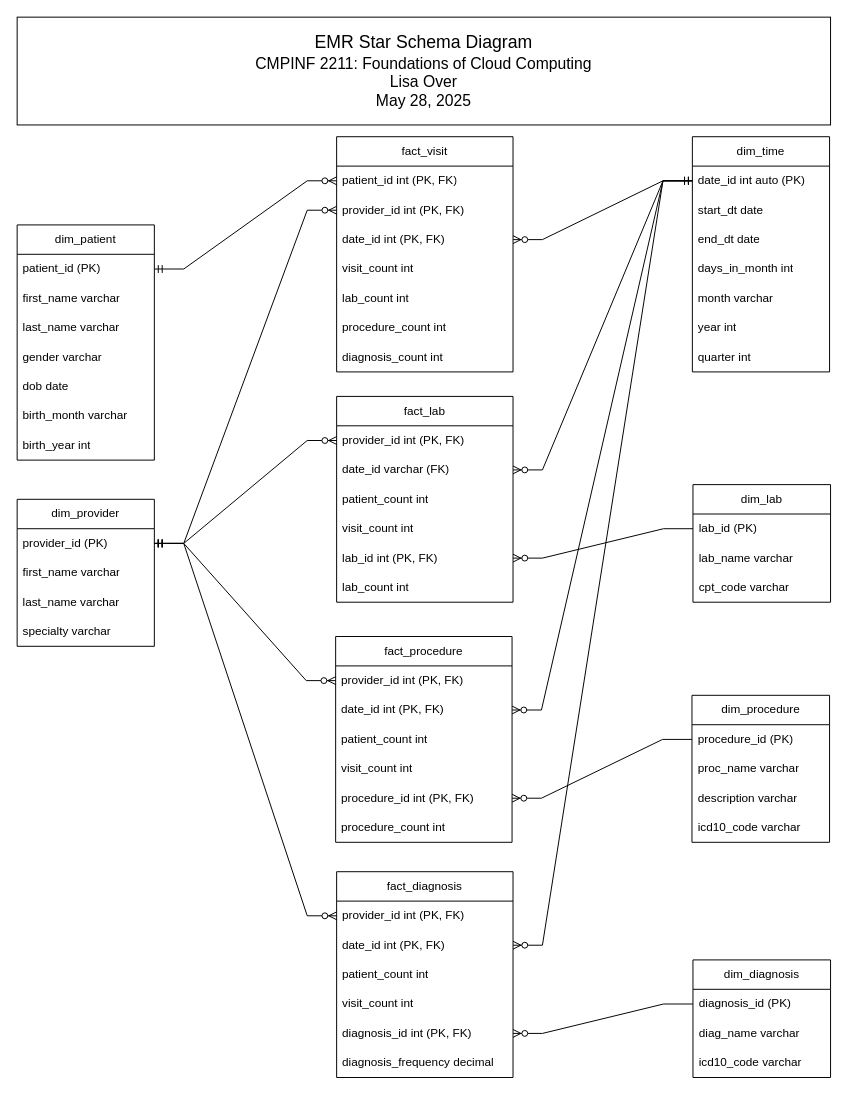
Before: EMR_Star_Schema/schema_diagram.drawio in sandbox-lisa/drawio, a draw.io diagram. Source tidied: cells renumbered, new cells numbered last; positions are measured from the earlier drawing's top-left corner, leaving out a move shared by most shapes. Both pictures are drawn from the tidied source at 98%, with x=0, y=0 at pixel (17, 17).
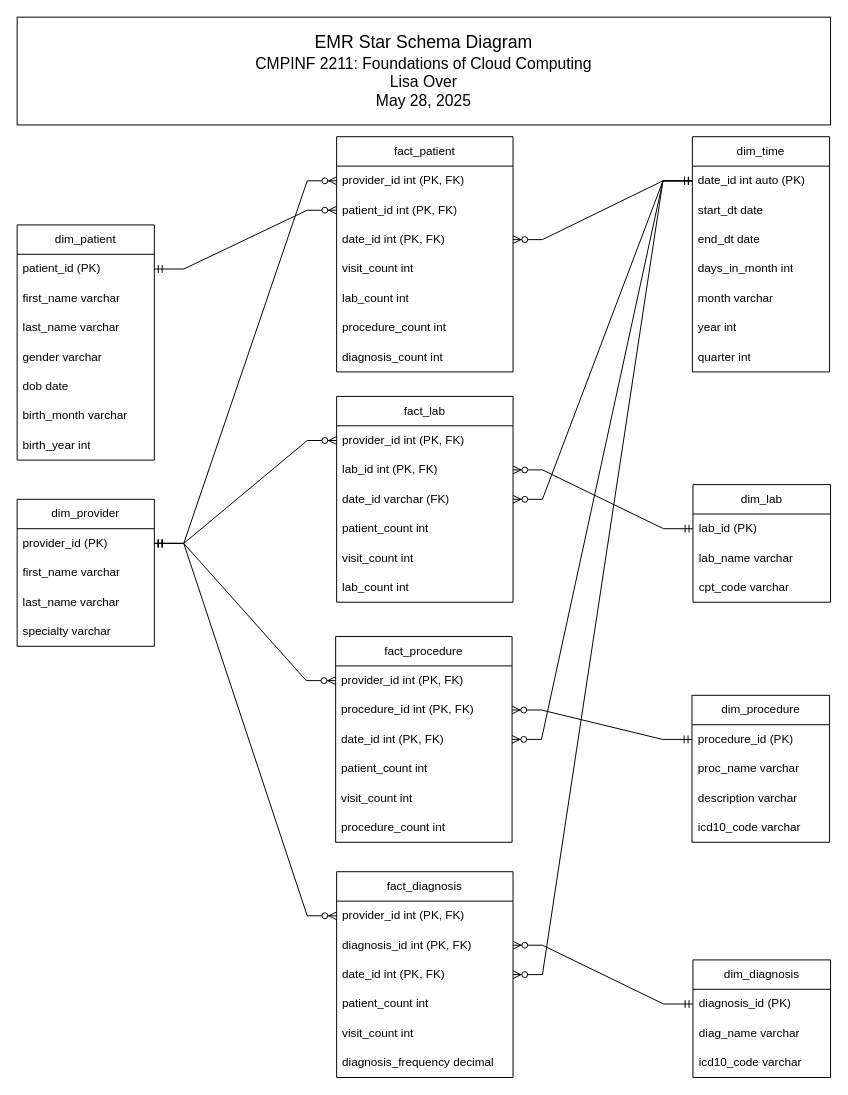
Above is the later version.

The change refers to these unchanged cells:
```xml
<mxCell id="32" value="diagnosis_id (PK)" style="text;strokeColor=none;fillColor=none;align=left;verticalAlign=middle;spacingLeft=4;spacingRight=4;overflow=hidden;points=[[0,0.5],[1,0.5]];portConstraint=eastwest;whiteSpace=wrap;html=1;" parent="31" vertex="1">
  <mxGeometry y="30" width="140.4" height="30" as="geometry" />
</mxCell>
<mxCell id="36" value="fact_lab" style="swimlane;fontStyle=0;horizontal=1;startSize=30;whiteSpace=wrap;html=1;" parent="1" vertex="1">
  <mxGeometry x="326" y="387" width="180" height="210" as="geometry" />
</mxCell>
<mxCell id="44" value="lab_id (PK)" style="text;strokeColor=none;fillColor=none;align=left;verticalAlign=middle;spacingLeft=4;spacingRight=4;overflow=hidden;points=[[0,0.5],[1,0.5]];portConstraint=eastwest;whiteSpace=wrap;html=1;" parent="43" vertex="1">
  <mxGeometry y="30" width="140.4" height="30" as="geometry" />
</mxCell>
<mxCell id="48" value="procedure_id (PK)" style="text;strokeColor=none;fillColor=none;align=left;verticalAlign=middle;spacingLeft=4;spacingRight=4;overflow=hidden;points=[[0,0.5],[1,0.5]];portConstraint=eastwest;whiteSpace=wrap;html=1;" parent="47" vertex="1">
  <mxGeometry y="30" width="140.4" height="30" as="geometry" />
</mxCell>
<mxCell id="55" value="fact_procedure" style="swimlane;fontStyle=0;horizontal=1;startSize=30;whiteSpace=wrap;html=1;" parent="1" vertex="1">
  <mxGeometry x="325" y="632" width="180" height="210" as="geometry" />
</mxCell>
<mxCell id="62" value="fact_diagnosis" style="swimlane;fontStyle=0;horizontal=1;startSize=30;whiteSpace=wrap;html=1;" parent="1" vertex="1">
  <mxGeometry x="326" y="872" width="180" height="210" as="geometry" />
</mxCell>
```

What changed in the source:
```diff
@@
-    <mxCell id="2" value="fact_visit" style="swimlane;fontStyle=0;horizontal=1;startSize=30;whiteSpace=wrap;html=1;" parent="1" vertex="1">
+    <mxCell id="2" value="fact_patient" style="swimlane;fontStyle=0;horizontal=1;startSize=30;whiteSpace=wrap;html=1;" parent="1" vertex="1">
       <mxGeometry x="326" y="122" width="180" height="240" as="geometry" />
     </mxCell>
+    <mxCell id="4" value="provider_id int (PK, FK)" style="text;strokeColor=none;fillColor=none;align=left;verticalAlign=middle;spacingLeft=4;spacingRight=4;overflow=hidden;points=[[0,0.5],[1,0.5]];portConstraint=eastwest;whiteSpace=wrap;html=1;" parent="2" vertex="1">
+      <mxGeometry y="30" width="180" height="30" as="geometry" />
+    </mxCell>
     <mxCell id="3" value="patient_id int (PK, FK)" style="text;strokeColor=none;fillColor=none;align=left;verticalAlign=middle;spacingLeft=4;spacingRight=4;overflow=hidden;points=[[0,0.5],[1,0.5]];portConstraint=eastwest;whiteSpace=wrap;html=1;" parent="2" vertex="1">
-      <mxGeometry y="30" width="180" height="30" as="geometry" />
+      <mxGeometry y="60" width="180" height="30" as="geometry" />
     </mxCell>
-    <mxCell id="4" value="provider_id int (PK, FK)" style="text;strokeColor=none;fillColor=none;align=left;verticalAlign=middle;spacingLeft=4;spacingRight=4;overflow=hidden;points=[[0,0.5],[1,0.5]];portConstraint=eastwest;whiteSpace=wrap;html=1;" parent="2" vertex="1">
-      <mxGeometry y="60" width="180" height="30" as="geometry" />
-    </mxCell>
@@
+    <mxCell id="41" value="lab_id int (PK,&amp;nbsp;FK)" style="text;strokeColor=none;fillColor=none;align=left;verticalAlign=middle;spacingLeft=4;spacingRight=4;overflow=hidden;points=[[0,0.5],[1,0.5]];portConstraint=eastwest;whiteSpace=wrap;html=1;" parent="36" vertex="1">
+      <mxGeometry y="60" width="180" height="30" as="geometry" />
+    </mxCell>
     <mxCell id="38" value="date_id varchar (FK)" style="text;strokeColor=none;fillColor=none;align=left;verticalAlign=middle;spacingLeft=4;spacingRight=4;overflow=hidden;points=[[0,0.5],[1,0.5]];portConstraint=eastwest;whiteSpace=wrap;html=1;" parent="36" vertex="1">
-      <mxGeometry y="60" width="180" height="30" as="geometry" />
+      <mxGeometry y="90" width="180" height="30" as="geometry" />
     </mxCell>
     <mxCell id="39" value="patient_count int" style="text;strokeColor=none;fillColor=none;align=left;verticalAlign=middle;spacingLeft=4;spacingRight=4;overflow=hidden;whiteSpace=wrap;html=1;" parent="36" vertex="1">
-      <mxGeometry y="90" width="180" height="30" as="geometry" />
+      <mxGeometry y="120" width="180" height="30" as="geometry" />
     </mxCell>
     <mxCell id="40" value="visit_count int" style="text;strokeColor=none;fillColor=none;align=left;verticalAlign=middle;spacingLeft=4;spacingRight=4;overflow=hidden;whiteSpace=wrap;html=1;" parent="36" vertex="1">
-      <mxGeometry y="120" width="180" height="30" as="geometry" />
+      <mxGeometry y="150" width="180" height="30" as="geometry" />
     </mxCell>
-    <mxCell id="41" value="lab_id int (PK,&amp;nbsp;FK)" style="text;strokeColor=none;fillColor=none;align=left;verticalAlign=middle;spacingLeft=4;spacingRight=4;overflow=hidden;points=[[0,0.5],[1,0.5]];portConstraint=eastwest;whiteSpace=wrap;html=1;" parent="36" vertex="1">
-      <mxGeometry y="150" width="180" height="30" as="geometry" />
-    </mxCell>
@@
+    <mxCell id="60" value="procedure_id int (PK,&amp;nbsp;FK)" style="text;strokeColor=none;fillColor=none;align=left;verticalAlign=middle;spacingLeft=4;spacingRight=4;overflow=hidden;points=[[0,0.5],[1,0.5]];portConstraint=eastwest;whiteSpace=wrap;html=1;" parent="55" vertex="1">
+      <mxGeometry y="60" width="180" height="30" as="geometry" />
+    </mxCell>
     <mxCell id="57" value="date_id int (PK,&amp;nbsp;FK)" style="text;strokeColor=none;fillColor=none;align=left;verticalAlign=middle;spacingLeft=4;spacingRight=4;overflow=hidden;points=[[0,0.5],[1,0.5]];portConstraint=eastwest;whiteSpace=wrap;html=1;" parent="55" vertex="1">
-      <mxGeometry y="60" width="180" height="30" as="geometry" />
+      <mxGeometry y="90" width="180" height="30" as="geometry" />
     </mxCell>
     <mxCell id="58" value="patient_count int" style="text;strokeColor=none;fillColor=none;align=left;verticalAlign=middle;spacingLeft=4;spacingRight=4;overflow=hidden;whiteSpace=wrap;html=1;" parent="55" vertex="1">
-      <mxGeometry y="90" width="180" height="30" as="geometry" />
+      <mxGeometry y="120" width="180" height="30" as="geometry" />
     </mxCell>
     <mxCell id="59" value="visit_count int" style="text;strokeColor=none;fillColor=none;align=left;verticalAlign=middle;spacingLeft=4;spacingRight=4;overflow=hidden;whiteSpace=wrap;html=1;" parent="55" vertex="1">
-      <mxGeometry y="120" width="180" height="30" as="geometry" />
+      <mxGeometry y="150" width="180" height="30" as="geometry" />
     </mxCell>
-    <mxCell id="60" value="procedure_id int (PK,&amp;nbsp;FK)" style="text;strokeColor=none;fillColor=none;align=left;verticalAlign=middle;spacingLeft=4;spacingRight=4;overflow=hidden;points=[[0,0.5],[1,0.5]];portConstraint=eastwest;whiteSpace=wrap;html=1;" parent="55" vertex="1">
-      <mxGeometry y="150" width="180" height="30" as="geometry" />
-    </mxCell>
@@
+    <mxCell id="67" value="diagnosis_id int (PK,&amp;nbsp;FK)" style="text;strokeColor=none;fillColor=none;align=left;verticalAlign=middle;spacingLeft=4;spacingRight=4;overflow=hidden;points=[[0,0.5],[1,0.5]];portConstraint=eastwest;whiteSpace=wrap;html=1;" parent="62" vertex="1">
+      <mxGeometry y="60" width="180" height="30" as="geometry" />
+    </mxCell>
     <mxCell id="64" value="date_id int (PK,&amp;nbsp;FK)" style="text;strokeColor=none;fillColor=none;align=left;verticalAlign=middle;spacingLeft=4;spacingRight=4;overflow=hidden;points=[[0,0.5],[1,0.5]];portConstraint=eastwest;whiteSpace=wrap;html=1;" parent="62" vertex="1">
-      <mxGeometry y="60" width="180" height="30" as="geometry" />
+      <mxGeometry y="90" width="180" height="30" as="geometry" />
     </mxCell>
     <mxCell id="65" value="patient_count int" style="text;strokeColor=none;fillColor=none;align=left;verticalAlign=middle;spacingLeft=4;spacingRight=4;overflow=hidden;whiteSpace=wrap;html=1;" parent="62" vertex="1">
-      <mxGeometry y="90" width="180" height="30" as="geometry" />
+      <mxGeometry y="120" width="180" height="30" as="geometry" />
     </mxCell>
     <mxCell id="66" value="visit_count int" style="text;strokeColor=none;fillColor=none;align=left;verticalAlign=middle;spacingLeft=4;spacingRight=4;overflow=hidden;whiteSpace=wrap;html=1;" parent="62" vertex="1">
-      <mxGeometry y="120" width="180" height="30" as="geometry" />
+      <mxGeometry y="150" width="180" height="30" as="geometry" />
     </mxCell>
-    <mxCell id="67" value="diagnosis_id int (PK,&amp;nbsp;FK)" style="text;strokeColor=none;fillColor=none;align=left;verticalAlign=middle;spacingLeft=4;spacingRight=4;overflow=hidden;points=[[0,0.5],[1,0.5]];portConstraint=eastwest;whiteSpace=wrap;html=1;" parent="62" vertex="1">
-      <mxGeometry y="150" width="180" height="30" as="geometry" />
-    </mxCell>
@@
+    <mxCell id="77" style="edgeStyle=entityRelationEdgeStyle;fontSize=12;html=1;endArrow=ERzeroToMany;startArrow=ERmandOne;rounded=0;entryX=1;entryY=0.5;entryDx=0;entryDy=0;exitX=0;exitY=0.5;exitDx=0;exitDy=0;" parent="1" edge="1" source="44" target="41">
+      <mxGeometry relative="1" as="geometry" />
+    </mxCell>
+    <mxCell id="76" style="edgeStyle=entityRelationEdgeStyle;fontSize=12;html=1;endArrow=ERzeroToMany;startArrow=ERmandOne;rounded=0;entryX=1;entryY=0.5;entryDx=0;entryDy=0;exitX=0;exitY=0.5;exitDx=0;exitDy=0;" parent="1" edge="1" source="48" target="60">
+      <mxGeometry relative="1" as="geometry" />
+    </mxCell>
-    <mxCell id="75" style="edgeStyle=entityRelationEdgeStyle;fontSize=12;html=1;endArrow=ERzeroToMany;endFill=1;rounded=0;entryX=1;entryY=0.5;entryDx=0;entryDy=0;exitX=0;exitY=0.5;exitDx=0;exitDy=0;" parent="1" edge="1" source="32" target="67">
+    <mxCell id="75" style="edgeStyle=entityRelationEdgeStyle;fontSize=12;html=1;endArrow=ERzeroToMany;startArrow=ERmandOne;rounded=0;entryX=1;entryY=0.5;entryDx=0;entryDy=0;exitX=0;exitY=0.5;exitDx=0;exitDy=0;" parent="1" edge="1" source="32" target="67">
       <mxGeometry relative="1" as="geometry" />
     </mxCell>
-    <mxCell id="76" style="edgeStyle=entityRelationEdgeStyle;fontSize=12;html=1;endArrow=ERzeroToMany;endFill=1;rounded=0;entryX=1;entryY=0.5;entryDx=0;entryDy=0;exitX=0;exitY=0.5;exitDx=0;exitDy=0;" parent="1" edge="1" source="48" target="60">
-      <mxGeometry relative="1" as="geometry" />
-    </mxCell>
-    <mxCell id="77" style="edgeStyle=entityRelationEdgeStyle;fontSize=12;html=1;endArrow=ERzeroToMany;endFill=1;rounded=0;entryX=1;entryY=0.5;entryDx=0;entryDy=0;exitX=0;exitY=0.5;exitDx=0;exitDy=0;" parent="1" edge="1" source="44" target="41">
-      <mxGeometry relative="1" as="geometry" />
-    </mxCell>
```
